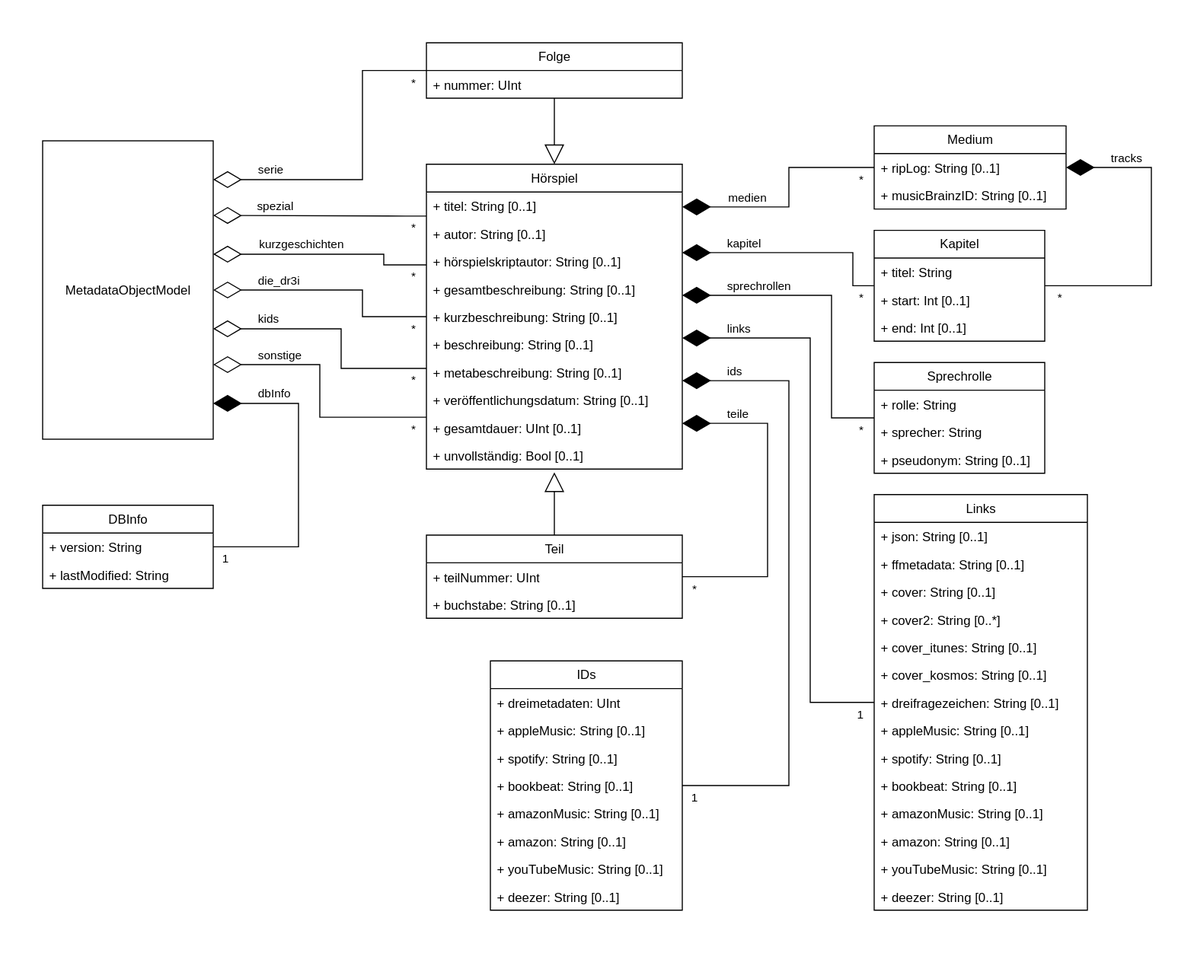
Before: model/objectModel.svg, a diagram exported from draw.io (YourMJK/dreimetadaten). Source tidied: cells renumbered, new cells last; positions are measured from the earlier drawing's top-left corner, leaving out a move shared by most shapes.
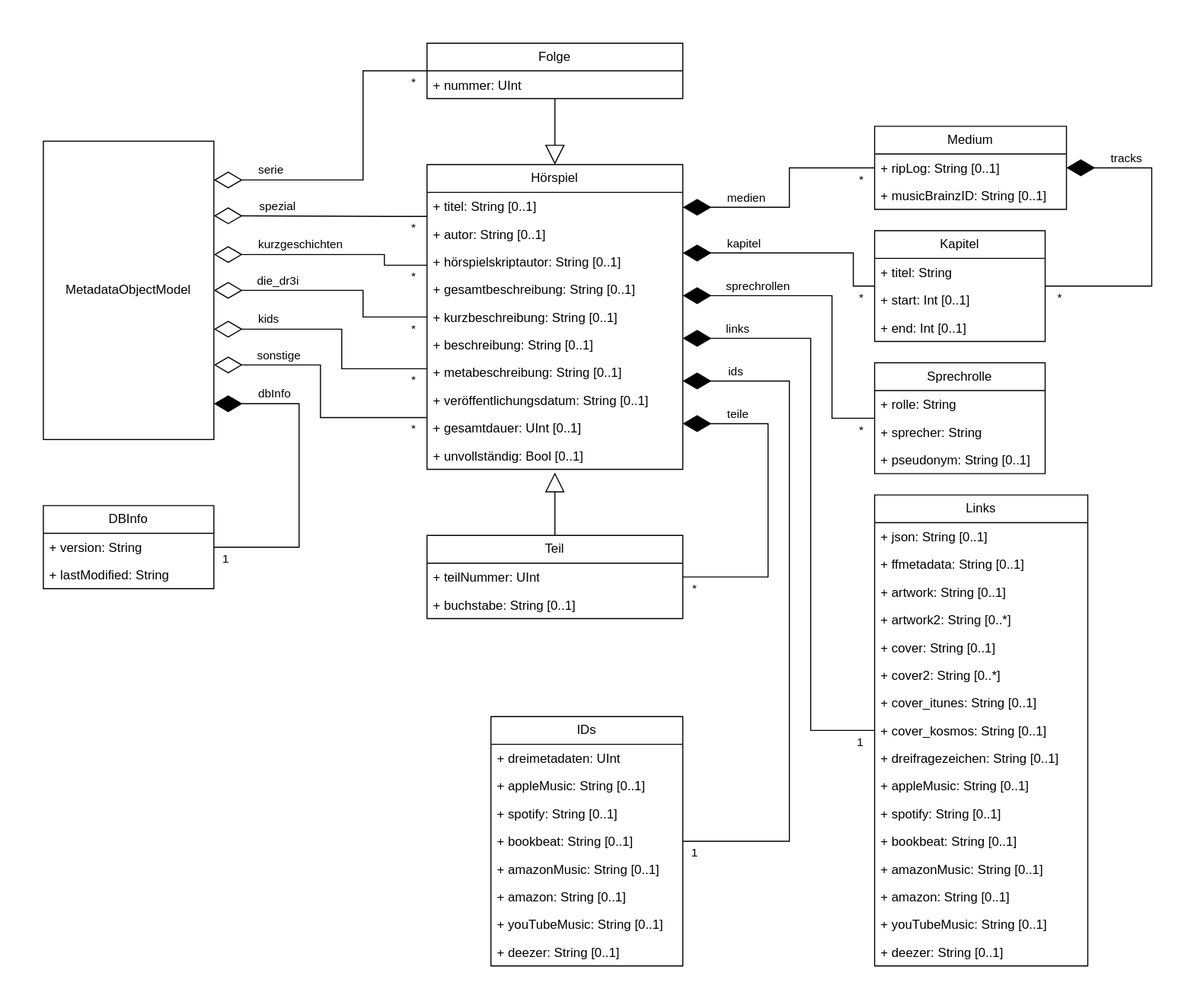
Above is the later version.

Commit message:
code: Added artwork flag and links to models

Change to the diagram source:
```diff
@@ -263,7 +263,7 @@
       <mxGeometry relative="1" as="geometry" />
     </mxCell>
     <mxCell id="62" value="Links" style="swimlane;fontStyle=0;horizontal=1;startSize=26;fillColor=none;whiteSpace=wrap;html=1;" parent="1" vertex="1">
-      <mxGeometry x="780" y="424" width="200" height="390" as="geometry" />
+      <mxGeometry x="780" y="424" width="200" height="442" as="geometry" />
     </mxCell>
     <mxCell id="63" value="+ json: String [0..1]" style="text;strokeColor=none;fillColor=none;align=left;verticalAlign=top;spacingLeft=4;spacingRight=4;overflow=hidden;whiteSpace=wrap;html=1;" parent="62" vertex="1">
       <mxGeometry y="26" width="200" height="26" as="geometry" />
@@ -271,41 +271,47 @@
     <mxCell id="64" value="+ ffmetadata: String [0..1]" style="text;strokeColor=none;fillColor=none;align=left;verticalAlign=top;spacingLeft=4;spacingRight=4;overflow=hidden;whiteSpace=wrap;html=1;" parent="62" vertex="1">
       <mxGeometry y="52" width="200" height="26" as="geometry" />
     </mxCell>
+    <mxCell id="101" value="+ artwork: String [0..1]" style="text;strokeColor=none;fillColor=none;align=left;verticalAlign=top;spacingLeft=4;spacingRight=4;overflow=hidden;whiteSpace=wrap;html=1;" parent="62" vertex="1">
+      <mxGeometry y="78" width="200" height="26" as="geometry" />
+    </mxCell>
+    <mxCell id="102" value="+ artwork2: String [0..*]" style="text;strokeColor=none;fillColor=none;align=left;verticalAlign=top;spacingLeft=4;spacingRight=4;overflow=hidden;whiteSpace=wrap;html=1;" parent="62" vertex="1">
+      <mxGeometry y="104" width="200" height="26" as="geometry" />
+    </mxCell>
     <mxCell id="65" value="+ cover: String [0..1]" style="text;strokeColor=none;fillColor=none;align=left;verticalAlign=top;spacingLeft=4;spacingRight=4;overflow=hidden;whiteSpace=wrap;html=1;" parent="62" vertex="1">
-      <mxGeometry y="78" width="200" height="26" as="geometry" />
+      <mxGeometry y="130" width="200" height="26" as="geometry" />
     </mxCell>
     <mxCell id="66" value="+ cover2: String [0..*]" style="text;strokeColor=none;fillColor=none;align=left;verticalAlign=top;spacingLeft=4;spacingRight=4;overflow=hidden;whiteSpace=wrap;html=1;" parent="62" vertex="1">
-      <mxGeometry y="104" width="200" height="26" as="geometry" />
+      <mxGeometry y="156" width="200" height="26" as="geometry" />
     </mxCell>
     <mxCell id="67" value="+ cover_itunes: String [0..1]" style="text;strokeColor=none;fillColor=none;align=left;verticalAlign=top;spacingLeft=4;spacingRight=4;overflow=hidden;whiteSpace=wrap;html=1;" parent="62" vertex="1">
-      <mxGeometry y="130" width="200" height="26" as="geometry" />
+      <mxGeometry y="182" width="200" height="26" as="geometry" />
     </mxCell>
     <mxCell id="68" value="+ cover_kosmos: String [0..1]" style="text;strokeColor=none;fillColor=none;align=left;verticalAlign=top;spacingLeft=4;spacingRight=4;overflow=hidden;whiteSpace=wrap;html=1;" parent="62" vertex="1">
-      <mxGeometry y="156" width="200" height="26" as="geometry" />
+      <mxGeometry y="208" width="200" height="26" as="geometry" />
     </mxCell>
     <mxCell id="69" value="+ dreifragezeichen: String [0..1]" style="text;strokeColor=none;fillColor=none;align=left;verticalAlign=top;spacingLeft=4;spacingRight=4;overflow=hidden;whiteSpace=wrap;html=1;" parent="62" vertex="1">
-      <mxGeometry y="182" width="200" height="26" as="geometry" />
+      <mxGeometry y="234" width="200" height="26" as="geometry" />
     </mxCell>
     <mxCell id="70" value="+ appleMusic: String [0..1]" style="text;strokeColor=none;fillColor=none;align=left;verticalAlign=top;spacingLeft=4;spacingRight=4;overflow=hidden;whiteSpace=wrap;html=1;" parent="62" vertex="1">
-      <mxGeometry y="208" width="200" height="26" as="geometry" />
+      <mxGeometry y="260" width="200" height="26" as="geometry" />
     </mxCell>
     <mxCell id="71" value="+ spotify: String [0..1]" style="text;strokeColor=none;fillColor=none;align=left;verticalAlign=top;spacingLeft=4;spacingRight=4;overflow=hidden;whiteSpace=wrap;html=1;" parent="62" vertex="1">
-      <mxGeometry y="234" width="200" height="26" as="geometry" />
+      <mxGeometry y="286" width="200" height="26" as="geometry" />
     </mxCell>
     <mxCell id="72" value="+ bookbeat: String [0..1]" style="text;strokeColor=none;fillColor=none;align=left;verticalAlign=top;spacingLeft=4;spacingRight=4;overflow=hidden;whiteSpace=wrap;html=1;" parent="62" vertex="1">
-      <mxGeometry y="260" width="200" height="26" as="geometry" />
+      <mxGeometry y="312" width="200" height="26" as="geometry" />
     </mxCell>
     <mxCell id="73" value="+ amazonMusic: String [0..1]" style="text;strokeColor=none;fillColor=none;align=left;verticalAlign=top;spacingLeft=4;spacingRight=4;overflow=hidden;whiteSpace=wrap;html=1;" parent="62" vertex="1">
-      <mxGeometry y="286" width="200" height="26" as="geometry" />
+      <mxGeometry y="338" width="200" height="26" as="geometry" />
     </mxCell>
     <mxCell id="74" value="+ amazon: String [0..1]" style="text;strokeColor=none;fillColor=none;align=left;verticalAlign=top;spacingLeft=4;spacingRight=4;overflow=hidden;whiteSpace=wrap;html=1;" parent="62" vertex="1">
-      <mxGeometry y="312" width="200" height="26" as="geometry" />
+      <mxGeometry y="364" width="200" height="26" as="geometry" />
     </mxCell>
     <mxCell id="75" value="+ youTubeMusic: String [0..1]" style="text;strokeColor=none;fillColor=none;align=left;verticalAlign=top;spacingLeft=4;spacingRight=4;overflow=hidden;whiteSpace=wrap;html=1;" parent="62" vertex="1">
-      <mxGeometry y="338" width="200" height="26" as="geometry" />
+      <mxGeometry y="390" width="200" height="26" as="geometry" />
     </mxCell>
     <mxCell id="76" value="+ deezer: String [0..1]" style="text;strokeColor=none;fillColor=none;align=left;verticalAlign=top;spacingLeft=4;spacingRight=4;overflow=hidden;whiteSpace=wrap;html=1;" parent="62" vertex="1">
-      <mxGeometry y="364" width="200" height="26" as="geometry" />
+      <mxGeometry y="416" width="200" height="26" as="geometry" />
     </mxCell>
     <mxCell id="77" style="endArrow=diamondThin;endFill=0;endSize=24;html=1;rounded=0;edgeStyle=elbowEdgeStyle;exitX=0;exitY=0.67;exitDx=0;exitDy=0;exitPerimeter=0;entryX=1;entryY=0.63;entryDx=0;entryDy=0;entryPerimeter=0;" parent="1" edge="1" source="3" target="2">
       <mxGeometry relative="1" as="geometry">
@@ -325,7 +331,7 @@
       </mxGeometry>
     </mxCell>
     <mxCell id="80" value="IDs" style="swimlane;fontStyle=0;horizontal=1;startSize=26;fillColor=none;whiteSpace=wrap;html=1;" parent="1" vertex="1">
-      <mxGeometry x="420" y="580" width="180" height="234" as="geometry" />
+      <mxGeometry x="420" y="632" width="180" height="234" as="geometry" />
     </mxCell>
     <mxCell id="81" value="+ dreimetadaten: UInt" style="text;strokeColor=none;fillColor=none;align=left;verticalAlign=top;spacingLeft=4;spacingRight=4;overflow=hidden;whiteSpace=wrap;html=1;" parent="80" vertex="1">
       <mxGeometry y="26" width="180" height="26" as="geometry" />
```
